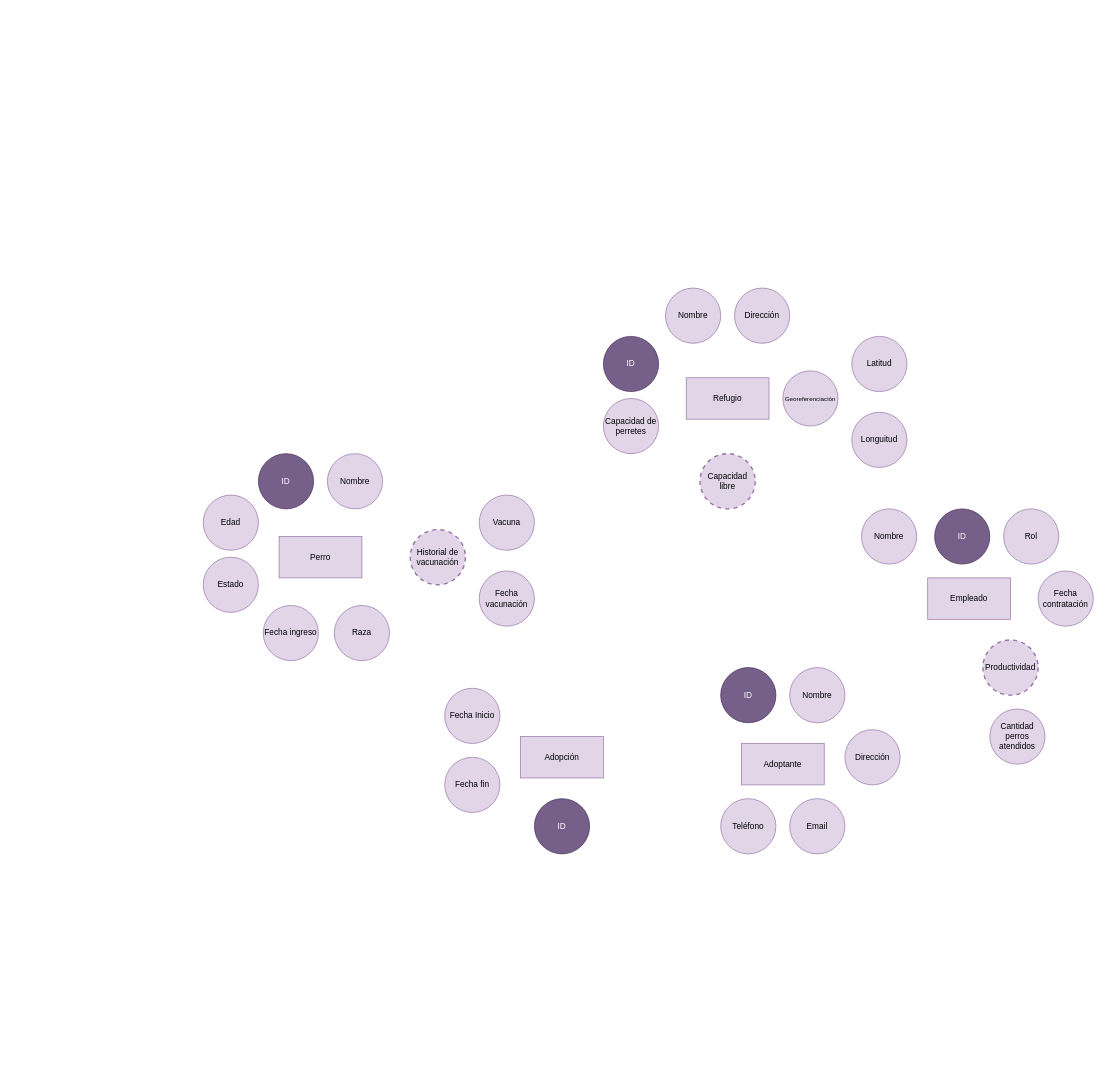
The draw.io diagram Diagrama sin título.drawio in Nestor-DF/Nestor-DF, before the edit. Source tidied: cells renumbered, new cells numbered last; positions are measured from the earlier drawing's top-left corner, leaving out a move shared by most shapes. Both pictures are drawn from the tidied source at 69%, with x=0, y=0 at pixel (203, 288).
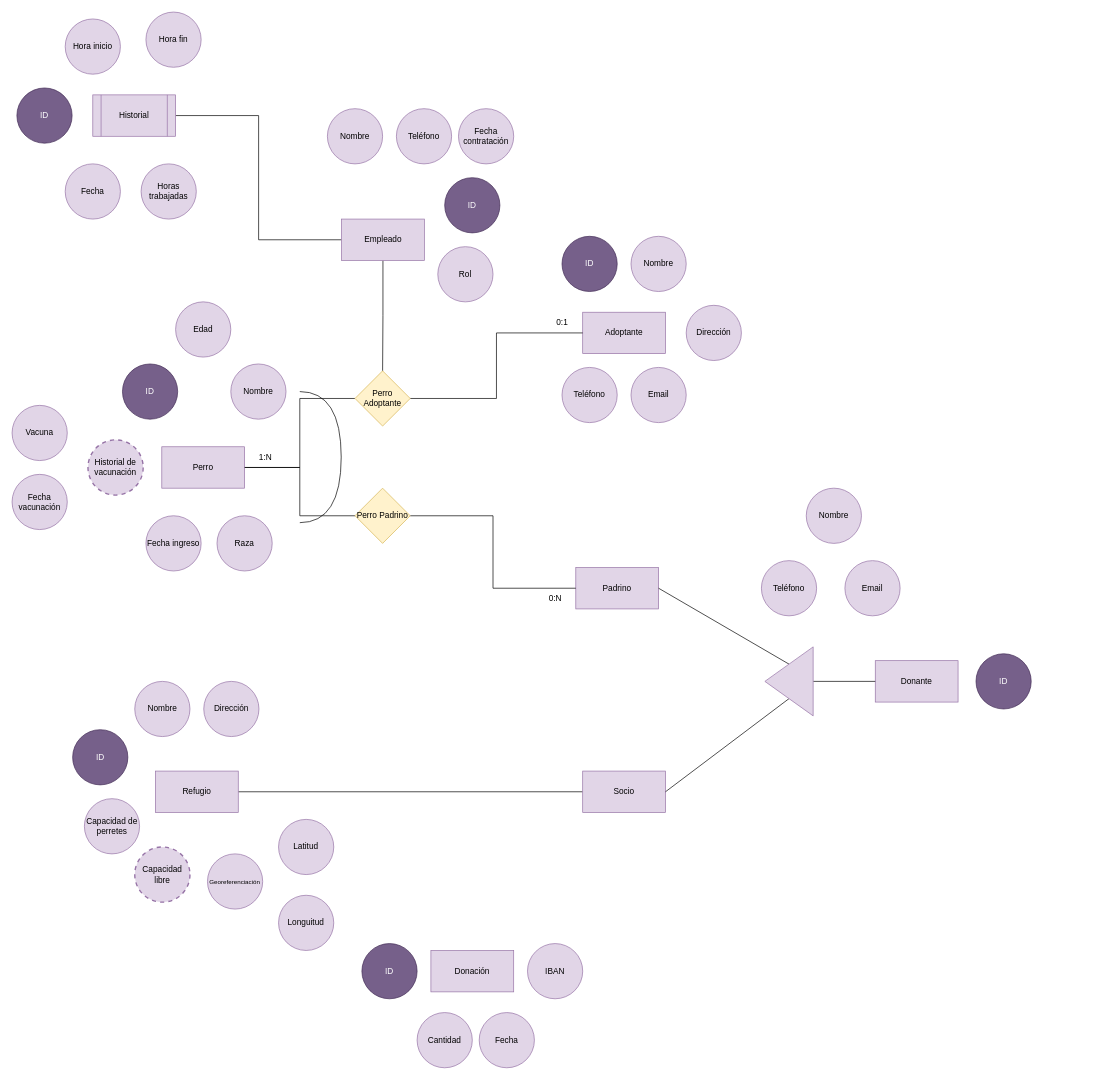
Above is the later version.

Change to the diagram source:
```diff
@@
+    <mxCell id="38" style="edgeStyle=orthogonalEdgeStyle;rounded=0;jettySize=auto;html=1;exitX=1;exitY=0.5;exitDx=0;exitDy=0;entryX=0;entryY=0.5;entryDx=0;entryDy=0;endArrow=none;endFill=0;" parent="1" edge="1" source="2" target="66">
+      <mxGeometry relative="1" as="geometry" />
+    </mxCell>
     <mxCell id="2" value="Refugio" style="rounded=0;whiteSpace=wrap;html=1;fillColor=#e1d5e7;strokeColor=#9673a6;" parent="1" vertex="1">
-      <mxGeometry x="700" y="130" width="120" height="60" as="geometry" />
+      <mxGeometry x="-69.2" y="700" width="120" height="60" as="geometry" />
     </mxCell>
     <mxCell id="3" value="Nombre" style="ellipse;whiteSpace=wrap;html=1;fillColor=#e1d5e7;strokeColor=#9673a6;" parent="1" vertex="1">
-      <mxGeometry x="670" width="80" height="80" as="geometry" />
+      <mxGeometry x="-99.2" y="570" width="80" height="80" as="geometry" />
     </mxCell>
     <mxCell id="4" value="ID" style="ellipse;whiteSpace=wrap;html=1;fillColor=#76608a;strokeColor=#432D57;fontColor=#ffffff;" parent="1" vertex="1">
-      <mxGeometry x="580" y="70" width="80" height="80" as="geometry" />
+      <mxGeometry x="-189.2" y="640" width="80" height="80" as="geometry" />
     </mxCell>
     <mxCell id="5" value="Dirección" style="ellipse;whiteSpace=wrap;html=1;fillColor=#e1d5e7;strokeColor=#9673a6;" parent="1" vertex="1">
-      <mxGeometry x="770" width="80" height="80" as="geometry" />
+      <mxGeometry x="0.8" y="570" width="80" height="80" as="geometry" />
     </mxCell>
     <mxCell id="6" value="&lt;font style=&quot;font-size: 9px;&quot;&gt;Georeferenciación&lt;/font&gt;" style="ellipse;whiteSpace=wrap;html=1;fillColor=#e1d5e7;strokeColor=#9673a6;" parent="1" vertex="1">
-      <mxGeometry x="840" y="120" width="80" height="80" as="geometry" />
+      <mxGeometry x="6.2" y="820" width="80" height="80" as="geometry" />
     </mxCell>
     <mxCell id="7" value="Latitud" style="ellipse;whiteSpace=wrap;html=1;fillColor=#e1d5e7;strokeColor=#9673a6;" parent="1" vertex="1">
-      <mxGeometry x="940" y="70" width="80" height="80" as="geometry" />
+      <mxGeometry x="109.2" y="770" width="80" height="80" as="geometry" />
     </mxCell>
     <mxCell id="8" value="Longuitud" style="ellipse;whiteSpace=wrap;html=1;fillColor=#e1d5e7;strokeColor=#9673a6;" parent="1" vertex="1">
-      <mxGeometry x="940" y="180" width="80" height="80" as="geometry" />
+      <mxGeometry x="109.2" y="880" width="80" height="80" as="geometry" />
     </mxCell>
     <mxCell id="9" value="Capacidad de perretes" style="ellipse;whiteSpace=wrap;html=1;fillColor=#e1d5e7;strokeColor=#9673a6;" parent="1" vertex="1">
-      <mxGeometry x="580" y="160" width="80" height="80" as="geometry" />
+      <mxGeometry x="-172.2" y="740" width="80" height="80" as="geometry" />
     </mxCell>
     <mxCell id="10" value="Capacidad libre" style="ellipse;whiteSpace=wrap;html=1;fillColor=#e1d5e7;strokeColor=#9673a6;dashed=1;strokeWidth=2;" parent="1" vertex="1">
-      <mxGeometry x="720" y="240" width="80" height="80" as="geometry" />
+      <mxGeometry x="-99.2" y="810" width="80" height="80" as="geometry" />
     </mxCell>
+    <mxCell id="39" style="edgeStyle=orthogonalEdgeStyle;rounded=0;jettySize=auto;html=1;exitX=1;exitY=0.5;exitDx=0;exitDy=0;endArrow=none;endFill=0;" parent="1" edge="1" source="11" target="54">
+      <mxGeometry relative="1" as="geometry" />
+    </mxCell>
     <mxCell id="11" value="Perro" style="rounded=0;whiteSpace=wrap;html=1;fillColor=#e1d5e7;strokeColor=#9673a6;" parent="1" vertex="1">
-      <mxGeometry x="110" y="360" width="120" height="60" as="geometry" />
+      <mxGeometry x="-60" y="230" width="120" height="60" as="geometry" />
     </mxCell>
     <mxCell id="12" value="ID" style="ellipse;whiteSpace=wrap;html=1;fillColor=#76608a;strokeColor=#432D57;fontColor=#ffffff;" parent="1" vertex="1">
-      <mxGeometry x="80" y="240" width="80" height="80" as="geometry" />
+      <mxGeometry x="-117" y="110" width="80" height="80" as="geometry" />
     </mxCell>
     <mxCell id="13" value="Nombre" style="ellipse;whiteSpace=wrap;html=1;fillColor=#e1d5e7;strokeColor=#9673a6;" parent="1" vertex="1">
-      <mxGeometry x="180" y="240" width="80" height="80" as="geometry" />
+      <mxGeometry x="40" y="110" width="80" height="80" as="geometry" />
     </mxCell>
     <mxCell id="14" value="Edad" style="ellipse;whiteSpace=wrap;html=1;fillColor=#e1d5e7;strokeColor=#9673a6;" parent="1" vertex="1">
-      <mxGeometry y="300" width="80" height="80" as="geometry" />
+      <mxGeometry x="-40" y="20" width="80" height="80" as="geometry" />
     </mxCell>
     <mxCell id="15" value="Raza" style="ellipse;whiteSpace=wrap;html=1;fillColor=#e1d5e7;strokeColor=#9673a6;" parent="1" vertex="1">
-      <mxGeometry x="190" y="460" width="80" height="80" as="geometry" />
+      <mxGeometry x="20" y="330" width="80" height="80" as="geometry" />
     </mxCell>
     <mxCell id="16" value="Fecha ingreso" style="ellipse;whiteSpace=wrap;html=1;fillColor=#e1d5e7;strokeColor=#9673a6;" parent="1" vertex="1">
-      <mxGeometry x="87" y="460" width="80" height="80" as="geometry" />
+      <mxGeometry x="-83" y="330" width="80" height="80" as="geometry" />
     </mxCell>
-    <mxCell id="17" value="Estado" style="ellipse;whiteSpace=wrap;html=1;fillColor=#e1d5e7;strokeColor=#9673a6;" parent="1" vertex="1">
-      <mxGeometry y="390" width="80" height="80" as="geometry" />
-    </mxCell>
     <mxCell id="18" value="Historial de vacunación" style="ellipse;whiteSpace=wrap;html=1;fillColor=#e1d5e7;strokeColor=#9673a6;dashed=1;strokeWidth=2;" parent="1" vertex="1">
-      <mxGeometry x="300" y="350" width="80" height="80" as="geometry" />
+      <mxGeometry x="-167" y="220" width="80" height="80" as="geometry" />
     </mxCell>
     <mxCell id="19" value="Fecha vacunación" style="ellipse;whiteSpace=wrap;html=1;fillColor=#e1d5e7;strokeColor=#9673a6;" parent="1" vertex="1">
-      <mxGeometry x="400" y="410" width="80" height="80" as="geometry" />
+      <mxGeometry x="-277" y="270" width="80" height="80" as="geometry" />
     </mxCell>
     <mxCell id="20" value="Vacuna" style="ellipse;whiteSpace=wrap;html=1;fillColor=#e1d5e7;strokeColor=#9673a6;" parent="1" vertex="1">
-      <mxGeometry x="400" y="300" width="80" height="80" as="geometry" />
+      <mxGeometry x="-277" y="170" width="80" height="80" as="geometry" />
     </mxCell>
-    <mxCell id="21" value="Adopción" style="rounded=0;whiteSpace=wrap;html=1;fillColor=#e1d5e7;strokeColor=#9673a6;" parent="1" vertex="1">
-      <mxGeometry x="460" y="650" width="120" height="60" as="geometry" />
-    </mxCell>
-    <mxCell id="22" value="ID" style="ellipse;whiteSpace=wrap;html=1;fillColor=#76608a;strokeColor=#432D57;fontColor=#ffffff;" parent="1" vertex="1">
-      <mxGeometry x="480" y="740" width="80" height="80" as="geometry" />
-    </mxCell>
-    <mxCell id="23" value="Fecha Inicio" style="ellipse;whiteSpace=wrap;html=1;fillColor=#e1d5e7;strokeColor=#9673a6;" parent="1" vertex="1">
-      <mxGeometry x="350" y="580" width="80" height="80" as="geometry" />
-    </mxCell>
-    <mxCell id="24" value="Fecha fin" style="ellipse;whiteSpace=wrap;html=1;fillColor=#e1d5e7;strokeColor=#9673a6;" parent="1" vertex="1">
-      <mxGeometry x="350" y="680" width="80" height="80" as="geometry" />
-    </mxCell>
     <mxCell id="25" value="Adoptante" style="rounded=0;whiteSpace=wrap;html=1;fillColor=#e1d5e7;strokeColor=#9673a6;" parent="1" vertex="1">
-      <mxGeometry x="780" y="660" width="120" height="60" as="geometry" />
+      <mxGeometry x="550" y="35" width="120" height="60" as="geometry" />
     </mxCell>
     <mxCell id="26" value="ID" style="ellipse;whiteSpace=wrap;html=1;fillColor=#76608a;strokeColor=#432D57;fontColor=#ffffff;" parent="1" vertex="1">
-      <mxGeometry x="750" y="550" width="80" height="80" as="geometry" />
+      <mxGeometry x="520" y="-75" width="80" height="80" as="geometry" />
     </mxCell>
     <mxCell id="27" value="Nombre" style="ellipse;whiteSpace=wrap;html=1;fillColor=#e1d5e7;strokeColor=#9673a6;" parent="1" vertex="1">
-      <mxGeometry x="850" y="550" width="80" height="80" as="geometry" />
+      <mxGeometry x="620" y="-75" width="80" height="80" as="geometry" />
     </mxCell>
     <mxCell id="28" value="Dirección" style="ellipse;whiteSpace=wrap;html=1;fillColor=#e1d5e7;strokeColor=#9673a6;" parent="1" vertex="1">
-      <mxGeometry x="930" y="640" width="80" height="80" as="geometry" />
+      <mxGeometry x="700" y="25" width="80" height="80" as="geometry" />
     </mxCell>
     <mxCell id="29" value="Teléfono" style="ellipse;whiteSpace=wrap;html=1;fillColor=#e1d5e7;strokeColor=#9673a6;strokeWidth=1;" parent="1" vertex="1">
-      <mxGeometry x="750" y="740" width="80" height="80" as="geometry" />
+      <mxGeometry x="520" y="115" width="80" height="80" as="geometry" />
     </mxCell>
     <mxCell id="30" value="Email" style="ellipse;whiteSpace=wrap;html=1;fillColor=#e1d5e7;strokeColor=#9673a6;strokeWidth=1;" parent="1" vertex="1">
-      <mxGeometry x="850" y="740" width="80" height="80" as="geometry" />
+      <mxGeometry x="620" y="115" width="80" height="80" as="geometry" />
     </mxCell>
+    <mxCell id="40" style="edgeStyle=orthogonalEdgeStyle;rounded=0;jettySize=auto;html=1;exitX=0.5;exitY=1;exitDx=0;exitDy=0;endArrow=none;endFill=0;" parent="1" edge="1" source="31" target="52">
+      <mxGeometry relative="1" as="geometry" />
+    </mxCell>
+    <mxCell id="41" style="edgeStyle=orthogonalEdgeStyle;rounded=0;jettySize=auto;html=1;exitX=0;exitY=0.5;exitDx=0;exitDy=0;entryX=1;entryY=0.5;entryDx=0;entryDy=0;endArrow=none;endFill=0;" parent="1" edge="1" source="31" target="64">
+      <mxGeometry relative="1" as="geometry" />
+    </mxCell>
     <mxCell id="31" value="Empleado" style="rounded=0;whiteSpace=wrap;html=1;fillColor=#e1d5e7;strokeColor=#9673a6;" parent="1" vertex="1">
-      <mxGeometry x="1050" y="420" width="120" height="60" as="geometry" />
+      <mxGeometry x="200.5" y="-100" width="120" height="60" as="geometry" />
     </mxCell>
     <mxCell id="32" value="Nombre" style="ellipse;whiteSpace=wrap;html=1;fillColor=#e1d5e7;strokeColor=#9673a6;" parent="1" vertex="1">
-      <mxGeometry x="954" y="320" width="80" height="80" as="geometry" />
+      <mxGeometry x="180" y="-260" width="80" height="80" as="geometry" />
     </mxCell>
     <mxCell id="33" value="ID" style="ellipse;whiteSpace=wrap;html=1;fillColor=#76608a;strokeColor=#432D57;fontColor=#ffffff;" parent="1" vertex="1">
-      <mxGeometry x="1060" y="320" width="80" height="80" as="geometry" />
+      <mxGeometry x="350" y="-160" width="80" height="80" as="geometry" />
     </mxCell>
     <mxCell id="34" value="Rol" style="ellipse;whiteSpace=wrap;html=1;fillColor=#e1d5e7;strokeColor=#9673a6;" parent="1" vertex="1">
-      <mxGeometry x="1160" y="320" width="80" height="80" as="geometry" />
+      <mxGeometry x="340" y="-60" width="80" height="80" as="geometry" />
     </mxCell>
     <mxCell id="35" value="Fecha contratación" style="ellipse;whiteSpace=wrap;html=1;fillColor=#e1d5e7;strokeColor=#9673a6;" parent="1" vertex="1">
-      <mxGeometry x="1210" y="410" width="80" height="80" as="geometry" />
+      <mxGeometry x="370" y="-260" width="80" height="80" as="geometry" />
     </mxCell>
-    <mxCell id="36" value="Productividad" style="ellipse;whiteSpace=wrap;html=1;fillColor=#e1d5e7;strokeColor=#9673a6;dashed=1;strokeWidth=2;" parent="1" vertex="1">
-      <mxGeometry x="1130" y="510" width="80" height="80" as="geometry" />
-    </mxCell>
-    <mxCell id="37" value="Cantidad perros atendidos" style="ellipse;whiteSpace=wrap;html=1;fillColor=#e1d5e7;strokeColor=#9673a6;" parent="1" vertex="1">
-      <mxGeometry x="1140" y="610" width="80" height="80" as="geometry" />
-    </mxCell>
+    <mxCell id="42" value="Padrino" style="rounded=0;whiteSpace=wrap;html=1;fillColor=#e1d5e7;strokeColor=#9673a6;" parent="1" vertex="1">
+      <mxGeometry x="540" y="405" width="120" height="60" as="geometry" />
+    </mxCell>
+    <mxCell id="43" value="ID" style="ellipse;whiteSpace=wrap;html=1;fillColor=#76608a;strokeColor=#432D57;fontColor=#ffffff;" parent="1" vertex="1">
+      <mxGeometry x="1120" y="530" width="80" height="80" as="geometry" />
+    </mxCell>
+    <mxCell id="44" value="Nombre" style="ellipse;whiteSpace=wrap;html=1;fillColor=#e1d5e7;strokeColor=#9673a6;" parent="1" vertex="1">
+      <mxGeometry x="874" y="290" width="80" height="80" as="geometry" />
+    </mxCell>
+    <mxCell id="45" value="Donación" style="rounded=0;whiteSpace=wrap;html=1;fillColor=#e1d5e7;strokeColor=#9673a6;" parent="1" vertex="1">
+      <mxGeometry x="330" y="960" width="120" height="60" as="geometry" />
+    </mxCell>
+    <mxCell id="46" value="ID" style="ellipse;whiteSpace=wrap;html=1;fillColor=#76608a;strokeColor=#432D57;fontColor=#ffffff;" parent="1" vertex="1">
+      <mxGeometry x="230" y="950" width="80" height="80" as="geometry" />
+    </mxCell>
+    <mxCell id="47" value="Cantidad" style="ellipse;whiteSpace=wrap;html=1;fillColor=#e1d5e7;strokeColor=#9673a6;strokeWidth=1;" parent="1" vertex="1">
+      <mxGeometry x="310" y="1050" width="80" height="80" as="geometry" />
+    </mxCell>
+    <mxCell id="48" value="Fecha" style="ellipse;whiteSpace=wrap;html=1;fillColor=#e1d5e7;strokeColor=#9673a6;" parent="1" vertex="1">
+      <mxGeometry x="400" y="1050" width="80" height="80" as="geometry" />
+    </mxCell>
+    <mxCell id="49" value="IBAN" style="ellipse;whiteSpace=wrap;html=1;fillColor=#e1d5e7;strokeColor=#9673a6;" parent="1" vertex="1">
+      <mxGeometry x="470" y="950" width="80" height="80" as="geometry" />
+    </mxCell>
+    <mxCell id="50" style="edgeStyle=orthogonalEdgeStyle;rounded=0;jettySize=auto;html=1;exitX=1;exitY=0.5;exitDx=0;exitDy=0;entryX=0;entryY=0.5;entryDx=0;entryDy=0;endArrow=none;endFill=0;" parent="1" edge="1" source="52" target="25">
+      <mxGeometry relative="1" as="geometry" />
+    </mxCell>
+    <mxCell id="51" style="edgeStyle=orthogonalEdgeStyle;rounded=0;jettySize=auto;html=1;exitX=0;exitY=0.5;exitDx=0;exitDy=0;entryX=1;entryY=0.5;entryDx=0;entryDy=0;endArrow=none;endFill=0;" parent="1" edge="1" source="52" target="11">
+      <mxGeometry relative="1" as="geometry" />
+    </mxCell>
+    <mxCell id="52" value="Perro Adoptante" style="rhombus;whiteSpace=wrap;html=1;fillColor=#fff2cc;strokeColor=#d6b656;" parent="1" vertex="1">
+      <mxGeometry x="220" y="120" width="80" height="80" as="geometry" />
+    </mxCell>
+    <mxCell id="53" style="edgeStyle=orthogonalEdgeStyle;rounded=0;jettySize=auto;html=1;exitX=1;exitY=0.5;exitDx=0;exitDy=0;entryX=0;entryY=0.5;entryDx=0;entryDy=0;endArrow=none;endFill=0;" parent="1" edge="1" source="54" target="42">
+      <mxGeometry relative="1" as="geometry" />
+    </mxCell>
+    <mxCell id="54" value="Perro Padrino" style="rhombus;whiteSpace=wrap;html=1;fillColor=#fff2cc;strokeColor=#d6b656;" parent="1" vertex="1">
+      <mxGeometry x="220" y="290" width="80" height="80" as="geometry" />
+    </mxCell>
+    <mxCell id="55" value="1:N" style="text;html=1;align=center;verticalAlign=middle;strokeColor=none;fillColor=none;" parent="1" vertex="1">
+      <mxGeometry x="70" y="230" width="40" height="30" as="geometry" />
+    </mxCell>
+    <mxCell id="56" value="0:1" style="text;html=1;align=center;verticalAlign=middle;strokeColor=none;fillColor=none;" parent="1" vertex="1">
+      <mxGeometry x="500" y="35" width="40" height="30" as="geometry" />
+    </mxCell>
+    <mxCell id="57" style="endArrow=none;html=1;rounded=0;edgeStyle=orthogonalEdgeStyle;curved=1;" parent="1" edge="1">
+      <mxGeometry relative="1" as="geometry">
+        <mxPoint x="140" y="340" as="sourcePoint" />
+        <mxPoint x="140" y="150" as="targetPoint" />
+        <Array as="points">
+          <mxPoint x="200" y="340" />
+          <mxPoint x="200" y="150" />
+        </Array>
+      </mxGeometry>
+    </mxCell>
+    <mxCell id="58" value="0:N" style="text;html=1;align=center;verticalAlign=middle;strokeColor=none;fillColor=none;" parent="1" vertex="1">
+      <mxGeometry x="490" y="435" width="40" height="30" as="geometry" />
+    </mxCell>
+    <mxCell id="59" value="Fecha" style="ellipse;whiteSpace=wrap;html=1;fillColor=#e1d5e7;strokeColor=#9673a6;" parent="1" vertex="1">
+      <mxGeometry x="-200" y="-180" width="80" height="80" as="geometry" />
+    </mxCell>
+    <mxCell id="60" value="Hora inicio" style="ellipse;whiteSpace=wrap;html=1;fillColor=#e1d5e7;strokeColor=#9673a6;" parent="1" vertex="1">
+      <mxGeometry x="-200" y="-390" width="80" height="80" as="geometry" />
+    </mxCell>
+    <mxCell id="61" value="Hora fin" style="ellipse;whiteSpace=wrap;html=1;fillColor=#e1d5e7;strokeColor=#9673a6;" parent="1" vertex="1">
+      <mxGeometry x="-83" y="-400" width="80" height="80" as="geometry" />
+    </mxCell>
+    <mxCell id="62" value="Horas trabajadas" style="ellipse;whiteSpace=wrap;html=1;fillColor=#e1d5e7;strokeColor=#9673a6;" parent="1" vertex="1">
+      <mxGeometry x="-90" y="-180" width="80" height="80" as="geometry" />
+    </mxCell>
+    <mxCell id="63" value="ID" style="ellipse;whiteSpace=wrap;html=1;fillColor=#76608a;strokeColor=#432D57;fontColor=#ffffff;" parent="1" vertex="1">
+      <mxGeometry x="-270" y="-290" width="80" height="80" as="geometry" />
+    </mxCell>
+    <mxCell id="64" value="Historial" style="shape=process;whiteSpace=wrap;html=1;backgroundOutline=1;fillColor=#e1d5e7;strokeColor=#9673a6;" parent="1" vertex="1">
+      <mxGeometry x="-160" y="-280" width="120" height="60" as="geometry" />
+    </mxCell>
+    <mxCell id="65" value="Teléfono" style="ellipse;whiteSpace=wrap;html=1;fillColor=#e1d5e7;strokeColor=#9673a6;strokeWidth=1;" parent="1" vertex="1">
+      <mxGeometry x="280" y="-260" width="80" height="80" as="geometry" />
+    </mxCell>
+    <mxCell id="66" value="Socio" style="rounded=0;whiteSpace=wrap;html=1;fillColor=#e1d5e7;strokeColor=#9673a6;" parent="1" vertex="1">
+      <mxGeometry x="550" y="700" width="120" height="60" as="geometry" />
+    </mxCell>
+    <mxCell id="67" value="Donante" style="rounded=0;whiteSpace=wrap;html=1;fillColor=#e1d5e7;strokeColor=#9673a6;" parent="1" vertex="1">
+      <mxGeometry x="974" y="540" width="120" height="60" as="geometry" />
+    </mxCell>
+    <mxCell id="68" style="edgeStyle=orthogonalEdgeStyle;rounded=0;jettySize=auto;html=1;exitX=0;exitY=0.5;exitDx=0;exitDy=0;entryX=0;entryY=0.5;entryDx=0;entryDy=0;endArrow=none;endFill=0;" parent="1" edge="1" source="71" target="67">
+      <mxGeometry relative="1" as="geometry" />
+    </mxCell>
+    <mxCell id="69" style="rounded=0;jettySize=auto;html=1;exitX=0.5;exitY=1;exitDx=0;exitDy=0;entryX=1;entryY=0.5;entryDx=0;entryDy=0;endArrow=none;endFill=0;" parent="1" edge="1" source="71" target="42">
+      <mxGeometry relative="1" as="geometry" />
+    </mxCell>
+    <mxCell id="70" style="rounded=0;jettySize=auto;html=1;exitX=0.5;exitY=0;exitDx=0;exitDy=0;entryX=1;entryY=0.5;entryDx=0;entryDy=0;endArrow=none;endFill=0;" parent="1" edge="1" source="71" target="66">
+      <mxGeometry relative="1" as="geometry" />
+    </mxCell>
+    <mxCell id="71" style="triangle;whiteSpace=wrap;html=1;rotation=-180;fillColor=#e1d5e7;strokeColor=#9673a6;" parent="1" vertex="1">
+      <mxGeometry x="814" y="520" width="70" height="100" as="geometry" />
+    </mxCell>
+    <mxCell id="72" value="Teléfono" style="ellipse;whiteSpace=wrap;html=1;fillColor=#e1d5e7;strokeColor=#9673a6;strokeWidth=1;" parent="1" vertex="1">
+      <mxGeometry x="809" y="395" width="80" height="80" as="geometry" />
+    </mxCell>
+    <mxCell id="73" value="Email" style="ellipse;whiteSpace=wrap;html=1;fillColor=#e1d5e7;strokeColor=#9673a6;strokeWidth=1;" parent="1" vertex="1">
+      <mxGeometry x="930" y="395" width="80" height="80" as="geometry" />
+    </mxCell>
```
